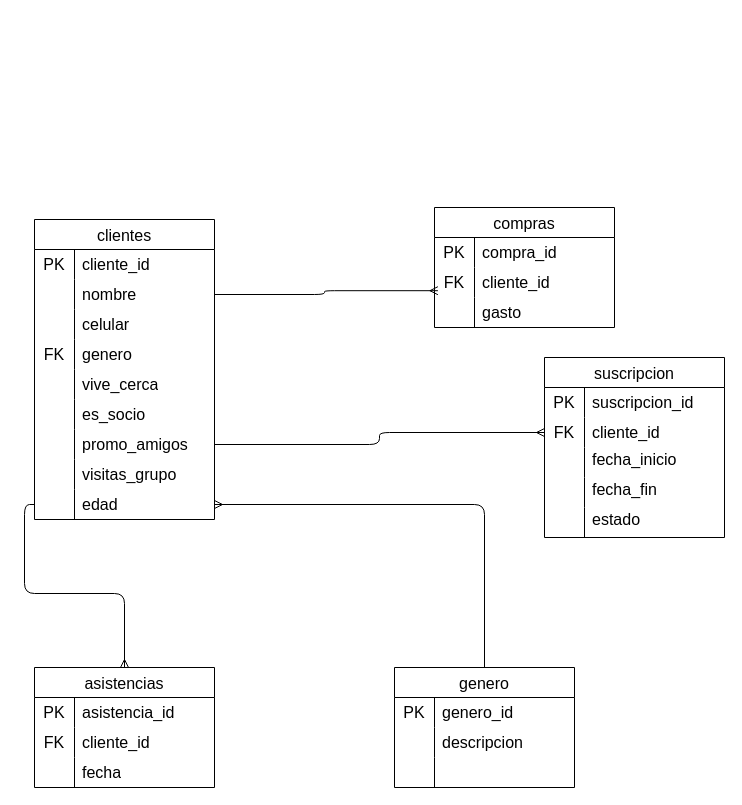
This is backend/database/MER.drawio from Dalzsfn/deteccion-de-abandono-de-servicios, a draw.io file, before an edit. Source tidied: cells renumbered, new cells numbered last; positions are measured from the earlier drawing's top-left corner, leaving out a move shared by most shapes. Both pictures are drawn from the tidied source at 100%, with x=0, y=0 at pixel (34, 207).
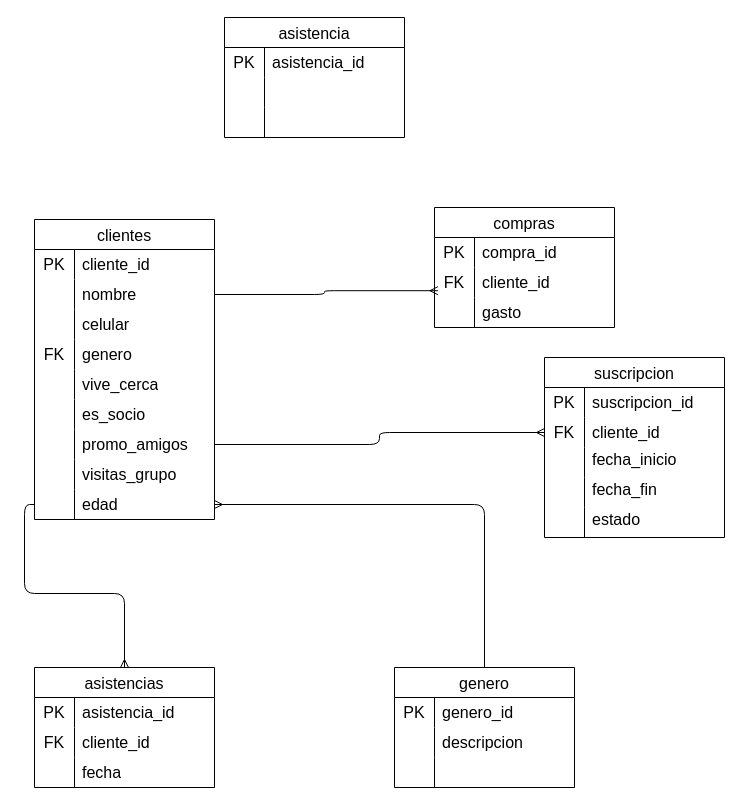
The same page after the edit.

Change to the diagram source:
```diff
@@
+    <mxCell id="80" value="asistencia" style="shape=table;startSize=30;childLayout=tableLayout;rowLines=0;fontStyle=0;strokeColor=default;fontSize=16;" parent="1" vertex="1">
+      <mxGeometry x="190" y="-190" width="180" height="120" as="geometry" />
+    </mxCell>
+    <mxCell id="81" style="shape=tableRow;horizontal=0;startSize=0;swimlaneHead=0;swimlaneBody=0;top=0;left=0;bottom=0;right=0;fillColor=none;strokeColor=inherit;fontSize=16;" parent="80" vertex="1">
+      <mxGeometry y="30" width="180" height="30" as="geometry" />
+    </mxCell>
+    <mxCell id="82" value="PK" style="shape=partialRectangle;html=1;whiteSpace=wrap;fillColor=none;top=0;left=0;bottom=0;right=0;overflow=hidden;strokeColor=inherit;fontSize=16;" parent="81" vertex="1">
+      <mxGeometry width="40" height="30" as="geometry" />
+    </mxCell>
+    <mxCell id="83" value="asistencia_id" style="shape=partialRectangle;html=1;whiteSpace=wrap;fillColor=none;top=0;left=0;bottom=0;right=0;align=left;spacingLeft=6;overflow=hidden;strokeColor=inherit;fontSize=16;" parent="81" vertex="1">
+      <mxGeometry x="40" width="140" height="30" as="geometry" />
+    </mxCell>
+    <mxCell id="84" style="shape=tableRow;horizontal=0;startSize=0;swimlaneHead=0;swimlaneBody=0;top=0;left=0;bottom=0;right=0;fillColor=none;strokeColor=inherit;fontSize=16;" parent="80" vertex="1">
+      <mxGeometry y="60" width="180" height="30" as="geometry" />
+    </mxCell>
+    <mxCell id="85" style="shape=partialRectangle;html=1;whiteSpace=wrap;fillColor=none;top=0;left=0;bottom=0;right=0;overflow=hidden;strokeColor=inherit;fontSize=16;" parent="84" vertex="1">
+      <mxGeometry width="40" height="30" as="geometry" />
+    </mxCell>
+    <mxCell id="86" style="shape=partialRectangle;html=1;whiteSpace=wrap;fillColor=none;top=0;left=0;bottom=0;right=0;align=left;spacingLeft=6;overflow=hidden;strokeColor=inherit;fontSize=16;" parent="84" vertex="1">
+      <mxGeometry x="40" width="140" height="30" as="geometry" />
+    </mxCell>
+    <mxCell id="87" style="shape=tableRow;horizontal=0;startSize=0;swimlaneHead=0;swimlaneBody=0;top=0;left=0;bottom=0;right=0;fillColor=none;strokeColor=inherit;fontSize=16;" parent="80" vertex="1">
+      <mxGeometry y="90" width="180" height="30" as="geometry" />
+    </mxCell>
+    <mxCell id="88" style="shape=partialRectangle;html=1;whiteSpace=wrap;fillColor=none;top=0;left=0;bottom=0;right=0;overflow=hidden;strokeColor=inherit;fontSize=16;" parent="87" vertex="1">
+      <mxGeometry width="40" height="30" as="geometry" />
+    </mxCell>
+    <mxCell id="89" style="shape=partialRectangle;html=1;whiteSpace=wrap;fillColor=none;top=0;left=0;bottom=0;right=0;align=left;spacingLeft=6;overflow=hidden;strokeColor=inherit;fontSize=16;" parent="87" vertex="1">
+      <mxGeometry x="40" width="140" height="30" as="geometry" />
+    </mxCell>
```
